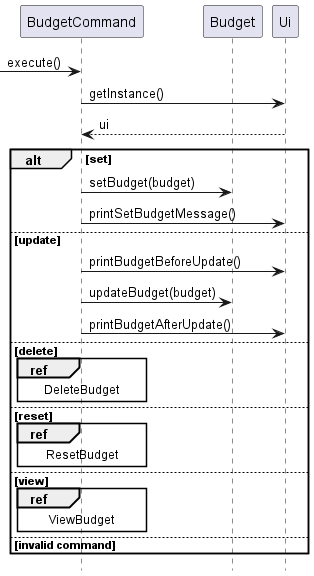
Earlier version of the PlantUML export docs/images/Budget.png (nus-cs2113-AY2324S1/tp).
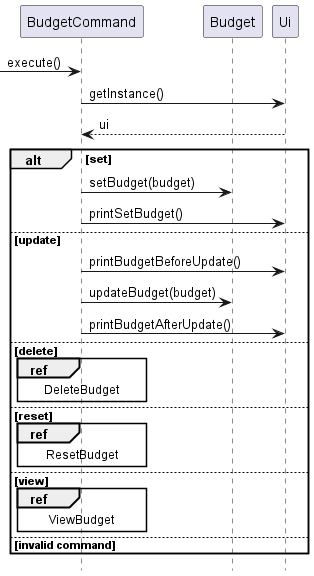
The same diagram one commit later.

Commit message:
Extract method in budget command and update DG

Diff of the diagram source:
```diff
@@ -10,7 +10,7 @@
 
 alt set
     BudgetCommand -> Budget: setBudget(budget)
-    BudgetCommand -> Ui: printSetBudgetMessage()
+    BudgetCommand -> Ui: printSetBudget()
 else update
     BudgetCommand -> Ui: printBudgetBeforeUpdate()
     BudgetCommand -> Budget: updateBudget(budget)
```
